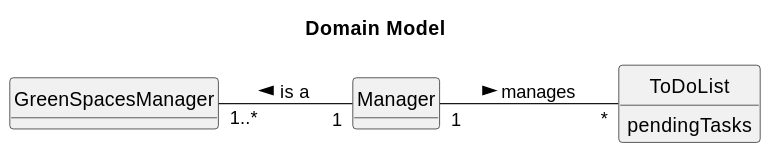
Before: docs/sprintC/us20/02.analysis/svg/us20-domain-model.svg, a diagram exported from PlantUML (Paulo-Pereira-at-ISEP/lei-24-s2-1nanb-g321).
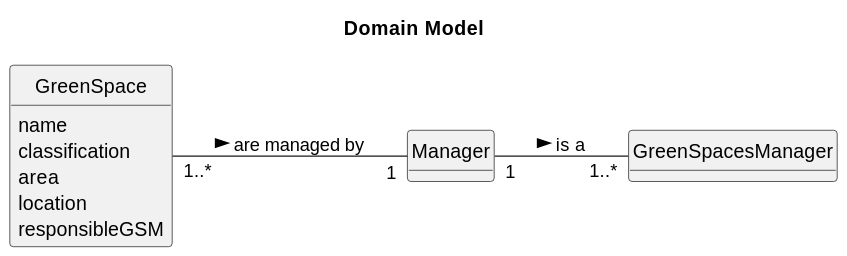
Above is the later version.

Diff of the diagram source:
```diff
@@ -18,10 +18,16 @@
 class Manager {
 }
 
-class ToDoList {
-pendingTasks
+
+class GreenSpace {
+    name
+    classification
+    area
+    location
+    responsibleGSM
 }
 
-Manager "1" -- "*" ToDoList: manages >
-Manager "1" --up "1..*" GreenSpacesManager: is a >
+
+Manager "1" -- "1..*" GreenSpacesManager: is a >
+GreenSpace "1..*" -- "1" Manager: are managed by >
 @enduml
```
